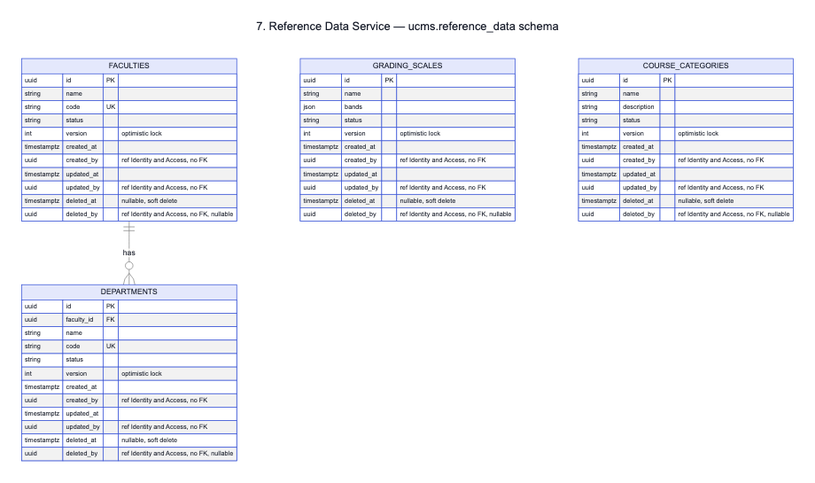
ESD-ONE/University-Course-Management-System keeps this Mermaid diagram as docs/architecture/tables-07-reference-data.png. Above is the earlier version. Its source is kept beside it as docs/architecture/tables-07-reference-data.mmd.
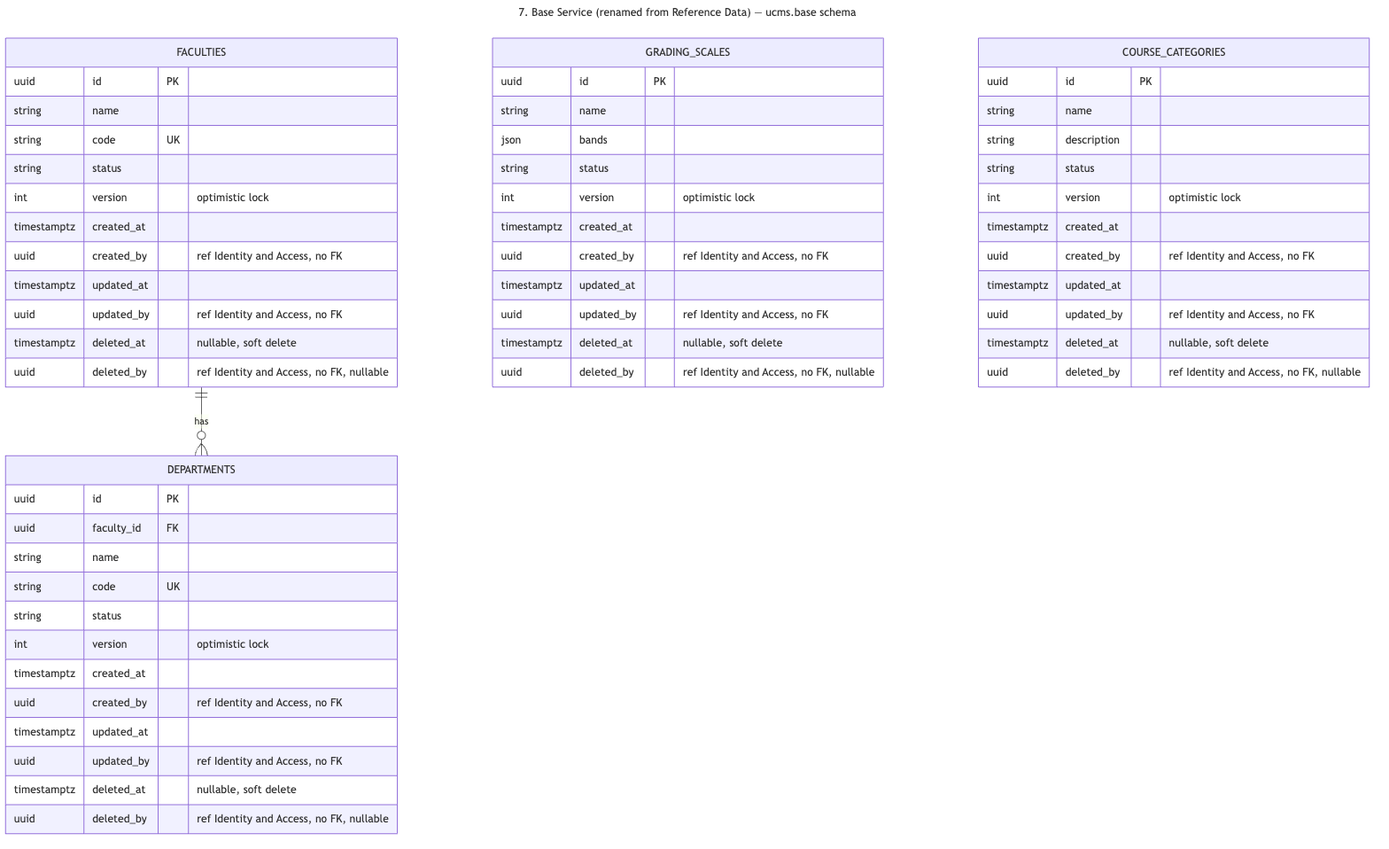
After the commit.

Diff of the diagram source:
```diff
@@ -1,5 +1,5 @@
 ---
-title: 7. Reference Data Service — ucms.reference_data schema
+title: 7. Base Service (renamed from Reference Data) — ucms.base schema
 ---
 erDiagram
     FACULTIES {
```
